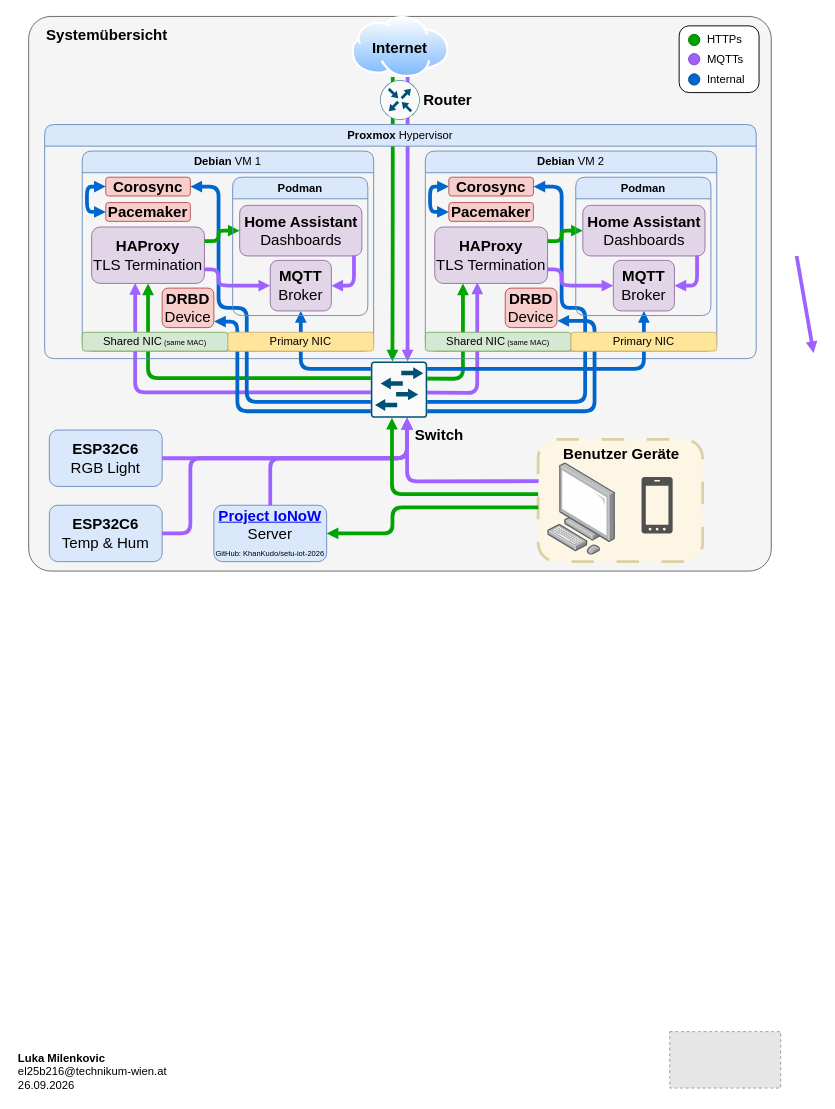
The draw.io diagram expose/expose.drawio in KhanKudo/bachelorarbeit, before the edit. Source tidied: cells renumbered, new cells numbered last; positions are measured from the earlier drawing's top-left corner, leaving out a move shared by most shapes. Both pictures are drawn from the tidied source at 94%, with x=0, y=0 at pixel (16, 16). Pictures stored in the file or linked from it are replaced by grey dashed boxes.
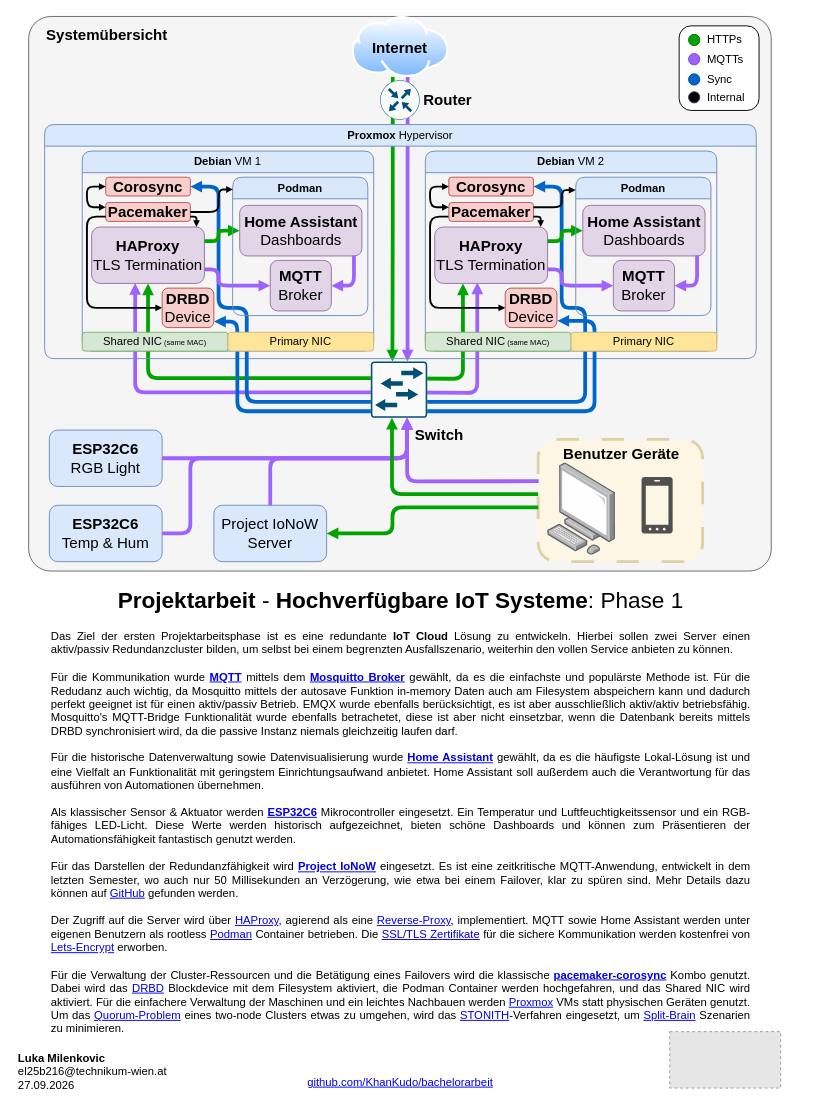
After the change.

Commit message (it also covers changes not shown here):
expose - text

Unchanged cells that the change refers to:
```xml
<mxCell id="10" value="Proxmox&lt;span style=&quot;font-weight: normal;&quot;&gt; Hypervisor&lt;/span&gt;" style="swimlane;whiteSpace=wrap;html=1;fillColor=#dae8fc;strokeColor=#6c8ebf;rounded=1;" parent="1" vertex="1">
  <mxGeometry x="30" y="115" width="757" height="249" as="geometry" />
</mxCell>
<mxCell id="14" value="&lt;div&gt;Debian &lt;span style=&quot;font-weight: normal;&quot;&gt;VM 2&lt;/span&gt;&lt;/div&gt;" style="swimlane;whiteSpace=wrap;html=1;fillColor=#dae8fc;strokeColor=#6c8ebf;rounded=1;" parent="10" vertex="1">
  <mxGeometry x="405" y="28.2" width="310" height="212.8" as="geometry" />
</mxCell>
<mxCell id="15" value="&lt;div&gt;HAProxy&lt;/div&gt;&lt;div&gt;&lt;span style=&quot;font-weight: normal;&quot;&gt;TLS Termination&lt;/span&gt;&lt;/div&gt;" style="rounded=1;whiteSpace=wrap;html=1;fillColor=#e1d5e7;fontSize=16;fontStyle=1;strokeColor=#9673a6;" parent="14" vertex="1">
  <mxGeometry x="10" y="80.8" width="120" height="60" as="geometry" />
</mxCell>
<mxCell id="20" value="Podman" style="swimlane;whiteSpace=wrap;html=1;fillColor=#dae8fc;strokeColor=#6c8ebf;rounded=1;" parent="14" vertex="1">
  <mxGeometry x="160" y="27.8" width="143.8" height="147.2" as="geometry" />
</mxCell>
<mxCell id="23" value="&lt;span&gt;MQTT&lt;br&gt;&lt;span style=&quot;font-weight: normal;&quot;&gt;Broker&lt;/span&gt;&lt;/span&gt;" style="rounded=1;whiteSpace=wrap;html=1;fillColor=#e1d5e7;fontSize=16;fontStyle=1;strokeColor=#9673a6;" parent="20" vertex="1">
  <mxGeometry x="40" y="88.5" width="65" height="53.8" as="geometry" />
</mxCell>
<mxCell id="25" value="DRBD&lt;br&gt;&lt;span style=&quot;font-weight: normal;&quot;&gt;Device&lt;/span&gt;" style="rounded=1;whiteSpace=wrap;html=1;fillColor=#f8cecc;fontSize=16;fontStyle=1;strokeColor=#b85450;" parent="14" vertex="1">
  <mxGeometry x="85" y="145.8" width="55" height="42" as="geometry" />
</mxCell>
<mxCell id="26" value="Pacemaker" style="rounded=1;whiteSpace=wrap;html=1;fillColor=#f8cecc;fontSize=16;fontStyle=1;strokeColor=#b85450;" parent="14" vertex="1">
  <mxGeometry x="25" y="54.8" width="90" height="20" as="geometry" />
</mxCell>
<mxCell id="27" value="Corosync" style="rounded=1;whiteSpace=wrap;html=1;fillColor=#f8cecc;fontSize=16;fontStyle=1;strokeColor=#b85450;" parent="14" vertex="1">
  <mxGeometry x="25" y="27.8" width="90" height="20" as="geometry" />
</mxCell>
<mxCell id="29" value="&lt;div&gt;Debian &lt;span style=&quot;font-weight: normal;&quot;&gt;VM 1&lt;/span&gt;&lt;/div&gt;" style="swimlane;whiteSpace=wrap;html=1;fillColor=#dae8fc;strokeColor=#6c8ebf;rounded=1;" parent="10" vertex="1">
  <mxGeometry x="40" y="28.2" width="310" height="212.8" as="geometry" />
</mxCell>
<mxCell id="30" value="&lt;div&gt;HAProxy&lt;/div&gt;&lt;div&gt;&lt;span style=&quot;font-weight: normal;&quot;&gt;TLS Termination&lt;/span&gt;&lt;/div&gt;" style="rounded=1;whiteSpace=wrap;html=1;fillColor=#e1d5e7;fontSize=16;fontStyle=1;strokeColor=#9673a6;" parent="29" vertex="1">
  <mxGeometry x="10" y="80.8" width="120" height="60" as="geometry" />
</mxCell>
<mxCell id="35" value="Podman" style="swimlane;whiteSpace=wrap;html=1;fillColor=#dae8fc;strokeColor=#6c8ebf;rounded=1;" parent="29" vertex="1">
  <mxGeometry x="160" y="27.8" width="143.8" height="147.2" as="geometry" />
</mxCell>
<mxCell id="37" value="&lt;span&gt;MQTT&lt;br&gt;&lt;span style=&quot;font-weight: normal;&quot;&gt;Broker&lt;/span&gt;&lt;/span&gt;" style="rounded=1;whiteSpace=wrap;html=1;fillColor=#e1d5e7;fontSize=16;fontStyle=1;strokeColor=#9673a6;" parent="35" vertex="1">
  <mxGeometry x="40" y="88.5" width="65" height="53.8" as="geometry" />
</mxCell>
<mxCell id="39" value="DRBD&lt;br&gt;&lt;span style=&quot;font-weight: normal;&quot;&gt;Device&lt;/span&gt;" style="rounded=1;whiteSpace=wrap;html=1;fillColor=#f8cecc;fontSize=16;fontStyle=1;strokeColor=#b85450;" parent="29" vertex="1">
  <mxGeometry x="85" y="145.8" width="55" height="42" as="geometry" />
</mxCell>
<mxCell id="40" value="Pacemaker" style="rounded=1;whiteSpace=wrap;html=1;fillColor=#f8cecc;fontSize=16;fontStyle=1;strokeColor=#b85450;" parent="29" vertex="1">
  <mxGeometry x="25" y="54.8" width="90" height="20" as="geometry" />
</mxCell>
<mxCell id="41" value="Corosync" style="rounded=1;whiteSpace=wrap;html=1;fillColor=#f8cecc;fontSize=16;fontStyle=1;strokeColor=#b85450;" parent="29" vertex="1">
  <mxGeometry x="25" y="27.8" width="90" height="20" as="geometry" />
</mxCell>
```

What changed in the source:
```diff
@@
-    <mxCell id="11" style="endArrow=block;html=1;rounded=1;strokeWidth=4;strokeColor=#0066CC;endFill=1;entryX=0.5;entryY=1;entryDx=0;entryDy=0;startSize=2;endSize=2;startArrow=block;startFill=1;edgeStyle=orthogonalEdgeStyle;exitX=0.5;exitY=1;exitDx=0;exitDy=0;" parent="10" edge="1" source="23" target="37">
-      <mxGeometry relative="1" as="geometry">
-        <Array as="points">
-          <mxPoint x="637.5" y="260" />
-          <mxPoint x="272.5" y="260" />
-        </Array>
-      </mxGeometry>
-    </mxCell>
@@
+    <mxCell id="73" style="endArrow=none;html=1;rounded=1;strokeWidth=2;strokeColor=#000000;endFill=0;entryX=0;entryY=0.75;entryDx=0;entryDy=0;startSize=2;endSize=2;startArrow=block;startFill=1;edgeStyle=orthogonalEdgeStyle;exitX=0;exitY=0.5;exitDx=0;exitDy=0;" parent="14" edge="1" source="25" target="26">
+      <mxGeometry relative="1" as="geometry">
+        <Array as="points">
+          <mxPoint x="5" y="166.8" />
+          <mxPoint x="5" y="69.8" />
+        </Array>
+      </mxGeometry>
+    </mxCell>
@@
-    <mxCell id="21" style="endArrow=block;html=1;rounded=1;strokeWidth=4;strokeColor=#9F61FF;endFill=1;entryX=0.5;entryY=0;entryDx=0;entryDy=0;exitX=0.5;exitY=1;exitDx=0;exitDy=0;startArrow=none;startFill=0;startSize=2;endSize=2;" parent="20" edge="1">
-      <mxGeometry relative="1" as="geometry">
-        <mxPoint x="235" y="83.8" as="sourcePoint" />
-        <mxPoint x="253" y="187" as="targetPoint" />
-      </mxGeometry>
-    </mxCell>
@@
-    <mxCell id="28" style="endArrow=block;html=1;rounded=1;strokeWidth=4;strokeColor=#0066CC;endFill=1;entryX=0;entryY=0.5;entryDx=0;entryDy=0;startSize=2;endSize=2;startArrow=block;startFill=1;edgeStyle=orthogonalEdgeStyle;exitX=0;exitY=0.5;exitDx=0;exitDy=0;" parent="14" edge="1" source="26" target="27">
+    <mxCell id="28" style="endArrow=block;html=1;rounded=1;strokeWidth=2;strokeColor=#000000;endFill=1;entryX=0;entryY=0.5;entryDx=0;entryDy=0;startSize=2;endSize=2;startArrow=block;startFill=1;edgeStyle=orthogonalEdgeStyle;exitX=0;exitY=0.25;exitDx=0;exitDy=0;" parent="14" edge="1" source="26" target="27">
       <mxGeometry relative="1" as="geometry">
         <Array as="points">
-          <mxPoint x="5" y="64.8" />
+          <mxPoint x="5" y="59.8" />
           <mxPoint x="5" y="37.8" />
         </Array>
       </mxGeometry>
     </mxCell>
+    <mxCell id="74" style="endArrow=none;html=1;rounded=1;strokeWidth=2;strokeColor=#000000;endFill=0;entryX=1;entryY=0.25;entryDx=0;entryDy=0;startSize=2;endSize=2;startArrow=block;startFill=1;edgeStyle=orthogonalEdgeStyle;exitX=-0.001;exitY=0.093;exitDx=0;exitDy=0;exitPerimeter=0;" parent="14" edge="1" source="20" target="26">
+      <mxGeometry relative="1" as="geometry">
+        <Array as="points">
+          <mxPoint x="145" y="41.5" />
+          <mxPoint x="145" y="59.8" />
+        </Array>
+      </mxGeometry>
+    </mxCell>
+    <mxCell id="75" style="endArrow=none;html=1;rounded=1;strokeWidth=2;strokeColor=#000000;endFill=0;entryX=1;entryY=0.75;entryDx=0;entryDy=0;startSize=2;endSize=2;startArrow=block;startFill=1;edgeStyle=orthogonalEdgeStyle;exitX=0.939;exitY=0;exitDx=0;exitDy=0;exitPerimeter=0;" parent="14" edge="1" source="15" target="26">
+      <mxGeometry relative="1" as="geometry">
+        <Array as="points">
+          <mxPoint x="122.7" y="69.8" />
+        </Array>
+      </mxGeometry>
+    </mxCell>
@@
+    <mxCell id="76" style="endArrow=none;html=1;rounded=1;strokeWidth=2;strokeColor=#000000;endFill=0;entryX=0;entryY=0.75;entryDx=0;entryDy=0;startSize=2;endSize=2;startArrow=block;startFill=1;edgeStyle=orthogonalEdgeStyle;exitX=0;exitY=0.5;exitDx=0;exitDy=0;" parent="29" edge="1" source="39" target="40">
+      <mxGeometry relative="1" as="geometry">
+        <Array as="points">
+          <mxPoint x="5" y="166.8" />
+          <mxPoint x="5" y="69.8" />
+        </Array>
+      </mxGeometry>
+    </mxCell>
-    <mxCell id="42" style="endArrow=block;html=1;rounded=1;strokeWidth=4;strokeColor=#0066CC;endFill=1;entryX=0;entryY=0.5;entryDx=0;entryDy=0;startSize=2;endSize=2;startArrow=block;startFill=1;edgeStyle=orthogonalEdgeStyle;exitX=0;exitY=0.5;exitDx=0;exitDy=0;" parent="29" edge="1" source="40" target="41">
+    <mxCell id="42" style="endArrow=block;html=1;rounded=1;strokeWidth=2;strokeColor=#000000;endFill=1;entryX=0;entryY=0.5;entryDx=0;entryDy=0;startSize=2;endSize=2;startArrow=block;startFill=1;edgeStyle=orthogonalEdgeStyle;exitX=0;exitY=0.25;exitDx=0;exitDy=0;" parent="29" edge="1" source="40" target="41">
       <mxGeometry relative="1" as="geometry">
         <Array as="points">
-          <mxPoint x="5" y="64.8" />
+          <mxPoint x="5" y="59.8" />
           <mxPoint x="5" y="37.8" />
         </Array>
       </mxGeometry>
     </mxCell>
+    <mxCell id="77" style="endArrow=none;html=1;rounded=1;strokeWidth=2;strokeColor=#000000;endFill=0;entryX=1;entryY=0.5;entryDx=0;entryDy=0;startSize=2;endSize=2;startArrow=block;startFill=1;edgeStyle=orthogonalEdgeStyle;exitX=0.002;exitY=0.089;exitDx=0;exitDy=0;exitPerimeter=0;" parent="29" edge="1" source="35" target="40">
+      <mxGeometry relative="1" as="geometry">
+        <Array as="points">
+          <mxPoint x="145" y="40.9" />
+          <mxPoint x="145" y="64.8" />
+        </Array>
+      </mxGeometry>
+    </mxCell>
+    <mxCell id="78" style="endArrow=none;html=1;rounded=1;strokeWidth=2;strokeColor=#000000;endFill=0;entryX=1;entryY=0.75;entryDx=0;entryDy=0;startSize=2;endSize=2;startArrow=block;startFill=1;edgeStyle=orthogonalEdgeStyle;exitX=0.929;exitY=0;exitDx=0;exitDy=0;exitPerimeter=0;" parent="29" edge="1" source="30" target="40">
+      <mxGeometry relative="1" as="geometry">
+        <Array as="points">
+          <mxPoint x="121.5" y="69.8" />
+        </Array>
+      </mxGeometry>
+    </mxCell>
     <mxCell id="43" style="rounded=1;whiteSpace=wrap;html=1;" parent="1" vertex="1">
-      <mxGeometry x="705" y="10" width="85" height="71" as="geometry" />
+      <mxGeometry x="705" y="10" width="85" height="90" as="geometry" />
     </mxCell>
@@
-    <mxCell id="49" value="&lt;div&gt;Internal&lt;/div&gt;" style="text;html=1;whiteSpace=wrap;strokeColor=none;fillColor=none;align=left;verticalAlign=middle;rounded=1;fontStyle=0;" parent="1" vertex="1">
-      <mxGeometry x="733" y="61" width="45" height="12" as="geometry" />
+    <mxCell id="49" value="Sync" style="text;html=1;whiteSpace=wrap;strokeColor=none;fillColor=none;align=left;verticalAlign=middle;rounded=1;fontStyle=0;" parent="1" vertex="1">
+      <mxGeometry x="733" y="61" width="54" height="12" as="geometry" />
     </mxCell>
@@
-    <mxCell id="57" value="&lt;a href=&quot;https://github.com/KhanKudo/setu-iot-2026&quot;&gt;Project IoNoW&lt;/a&gt;&lt;div&gt;&lt;span style=&quot;font-weight: normal;&quot;&gt;Server&lt;font style=&quot;font-size: 11px;&quot;&gt;&lt;br&gt;&lt;/font&gt;&lt;font style=&quot;font-size: 8px;&quot;&gt;GitHub: KhanKudo/setu-iot-2026&lt;/font&gt;&lt;/span&gt;&lt;/div&gt;" style="rounded=1;whiteSpace=wrap;html=1;fillColor=#dae8fc;fontSize=16;fontStyle=1;strokeColor=#6c8ebf;" parent="1" vertex="1">
+    <mxCell id="57" value="&lt;span style=&quot;font-weight: normal;&quot;&gt;Project IoNoW&lt;/span&gt;&lt;div&gt;&lt;span style=&quot;font-weight: normal;&quot;&gt;Server&lt;/span&gt;&lt;/div&gt;" style="rounded=1;whiteSpace=wrap;html=1;fillColor=#dae8fc;fontSize=16;fontStyle=1;strokeColor=#6c8ebf;" parent="1" vertex="1">
       <mxGeometry x="210" y="520" width="120" height="60" as="geometry" />
     </mxCell>
@@
-    <mxCell id="71" value="&lt;div&gt;&lt;b&gt;Luka Milenkovic&lt;/b&gt;&lt;br&gt;el25b216@technikum-wien.at&lt;/div&gt;26.09.2026" style="text;html=1;whiteSpace=wrap;strokeColor=none;fillColor=none;align=left;verticalAlign=middle;rounded=0;" parent="1" vertex="1">
+    <mxCell id="71" value="&lt;div&gt;&lt;b&gt;Luka Milenkovic&lt;/b&gt;&lt;br&gt;el25b216@technikum-wien.at&lt;/div&gt;27.09.2026" style="text;html=1;whiteSpace=wrap;strokeColor=none;fillColor=none;align=left;verticalAlign=middle;rounded=0;" parent="1" vertex="1">
       <mxGeometry y="1100" width="270" height="45" as="geometry" />
     </mxCell>
@@
+    <mxCell id="79" value="&lt;h1 align=&quot;center&quot;&gt;Projektarbeit &lt;span style=&quot;font-weight: normal;&quot;&gt;- &lt;/span&gt;Hochverfügbare IoT Systeme&lt;span style=&quot;font-weight: normal;&quot;&gt;:&lt;/span&gt; &lt;span style=&quot;font-weight: normal;&quot;&gt;Phase 1&lt;/span&gt;&lt;/h1&gt;&lt;div align=&quot;justify&quot;&gt;Das Ziel der ersten Projektarbeitsphase ist es eine redundante &lt;b&gt;IoT Cloud&lt;/b&gt;&amp;nbsp;Lösung zu entwickeln. Hierbei sollen zwei Server einen aktiv/passiv&amp;nbsp;Redundanzcluster bilden, um selbst bei einem begrenzten Ausfallszenario, weiterhin den vollen Service anbieten zu können.&lt;/div&gt;&lt;div align=&quot;justify&quot;&gt;&lt;br&gt;&lt;/div&gt;&lt;div align=&quot;justify&quot;&gt;Für die Kommunikation wurde &lt;a href=&quot;https://mqtt.org/&quot;&gt;&lt;b&gt;MQTT&lt;/b&gt;&lt;/a&gt; mittels dem &lt;a href=&quot;https://mosquitto.org/&quot;&gt;&lt;b&gt;Mosquitto Broker&lt;/b&gt;&lt;/a&gt; gewählt, da es die einfachste und populärste Methode ist. Für die Redudanz auch wichtig, da Mosquitto mittels der autosave Funktion in-memory Daten auch am Filesystem abspeichern kann und dadurch perfekt geeignet ist für einen aktiv/passiv Betrieb. EMQX wurde ebenfalls berücksichtigt, es ist aber ausschließlich aktiv/aktiv betriebsfähig. Mosquitto's MQTT-Bridge Funktionalität wurde ebenfalls betrachetet, diese ist aber nicht einsetzbar, wenn die Datenbank bereits mittels DRBD synchronisiert wird, da die passive Instanz niemals gleichzeitig laufen darf.&lt;/div&gt;&lt;div align=&quot;justify&quot;&gt;&lt;br&gt;&lt;/div&gt;&lt;div align=&quot;justify&quot;&gt;Für die historische Datenverwaltung sowie Datenvisualisierung wurde &lt;b&gt;&lt;a href=&quot;https://www.home-assistant.io/&quot;&gt;Home Assistant&lt;/a&gt;&lt;/b&gt;&amp;nbsp;gewählt, da es die häufigste Lokal-Lösung ist und eine Vielfalt an Funktionalität mit geringstem Einrichtungsaufwand anbietet. Home Assistant soll außerdem auch die Verantwortung für das ausführen von Automationen übernehmen.&lt;/div&gt;&lt;div align=&quot;justify&quot;&gt;&lt;br&gt;&lt;/div&gt;&lt;div align=&quot;justify&quot;&gt;Als klassischer Sensor &amp;amp; Aktuator werden &lt;a href=&quot;https://www.seeedstudio.com/Seeed-Studio-XIAO-ESP32C6-p-5884.html&quot;&gt;&lt;b&gt;ESP32C6&lt;/b&gt;&lt;/a&gt; Mikrocontroller eingesetzt. Ein Temperatur und Luftfeuchtigkeitssensor und ein RGB-fähiges LED-Licht. Diese Werte werden historisch aufgezeichnet, bieten schöne Dashboards und können zum Präsentieren der Automationsfähigkeit fantastisch genutzt werden.&lt;br&gt;&lt;br&gt;Für das Darstellen der Redundanzfähigkeit wird &lt;b&gt;&lt;a href=&quot;https://github.com/KhanKudo/setu-iot-2026&quot;&gt;Project IoNoW&lt;/a&gt;&lt;/b&gt; eingesetzt. Es ist eine zeitkritische MQTT-Anwendung, entwickelt in dem letzten Semester, wo auch nur 50 Millisekunden an Verzögerung, wie etwa bei einem Failover, klar zu spüren sind. Mehr Details dazu können auf &lt;a href=&quot;https://github.com/KhanKudo/setu-iot-2026&quot;&gt;GitHub&lt;/a&gt; gefunden werden.&lt;/div&gt;&lt;div align=&quot;justify&quot;&gt;&lt;br&gt;&lt;/div&gt;&lt;div align=&quot;justify&quot;&gt;Der Zugriff auf die Server wird über &lt;a href=&quot;https://www.haproxy.com/documentation/haproxy-configuration-manual/latest/intro/#3&quot;&gt;HAProxy&lt;/a&gt;, agierend als eine &lt;a href=&quot;https://en.wikipedia.org/wiki/Reverse_proxy&quot;&gt;Reverse-Proxy&lt;/a&gt;, implementiert. MQTT sowie Home Assistant werden unter eigenen Benutzern als rootless &lt;a href=&quot;https://podman.io/&quot;&gt;Podman&lt;/a&gt; Container betrieben. Die &lt;a href=&quot;https://www.digicert.com/what-is-an-ssl-certificate&quot;&gt;SSL/TLS Zertifikate&lt;/a&gt; für die sichere Kommunikation werden kostenfrei von &lt;a href=&quot;https://letsencrypt.org/&quot;&gt;Lets-Encrypt&lt;/a&gt; erworben.&lt;/div&gt;&lt;div align=&quot;justify&quot;&gt;&lt;br&gt;&lt;/div&gt;&lt;div align=&quot;justify&quot;&gt;Für die Verwaltung der Cluster-Ressourcen und die Betätigung eines Failovers wird die klassische &lt;a href=&quot;https://techadminblog.com/pacemaker-corosync-cluster-overview/&quot;&gt;&lt;b&gt;pacemaker-corosync&lt;/b&gt;&lt;/a&gt; Kombo genutzt. Dabei wird das &lt;a href=&quot;https://en.wikipedia.org/wiki/DRBD&quot;&gt;DRBD&lt;/a&gt; Blockdevice mit dem Filesystem aktiviert, die Podman&amp;nbsp;Container werden hochgefahren, und das Shared NIC wird aktiviert. Für die einfachere Verwaltung der Maschinen und ein leichtes Nachbauen werden &lt;a href=&quot;https://www.proxmox.com/en/products/proxmox-virtual-environment/features&quot;&gt;Proxmox&lt;/a&gt; VMs statt physischen Geräten genutzt. Um das &lt;a href=&quot;https://www.alteeve.com/w/The_2-Node_Myth&quot;&gt;Quorum-Problem&lt;/a&gt; eines two-node Clusters etwas zu umgehen, wird das&amp;nbsp;&lt;a href=&quot;https://documentation.suse.com/sle-ha/12-SP5/html/SLE-HA-all/cha-ha-fencing.html&quot;&gt;STONITH&lt;/a&gt;-Verfahren eingesetzt, um &lt;a href=&quot;https://www.45drives.com/community/articles/what-is-split-brain/&quot;&gt;Split-Brain&lt;/a&gt; Szenarien zu minimieren.&lt;/div&gt;" style="text;html=1;whiteSpace=wrap;overflow=hidden;rounded=0;" parent="1" vertex="1">
+      <mxGeometry x="35" y="585" width="746" height="500" as="geometry" />
+    </mxCell>
+    <mxCell id="80" style="ellipse;whiteSpace=wrap;html=1;shapeInside=1;fillColor=#000408;strokeColor=#404040;rounded=1;" parent="1" vertex="1">
+      <mxGeometry x="715" y="80" width="12" height="12" as="geometry" />
+    </mxCell>
+    <mxCell id="81" value="&lt;div&gt;Internal&lt;/div&gt;" style="text;html=1;whiteSpace=wrap;strokeColor=none;fillColor=none;align=left;verticalAlign=middle;rounded=1;fontStyle=0;" parent="1" vertex="1">
+      <mxGeometry x="733" y="80" width="45" height="12" as="geometry" />
+    </mxCell>
+    <mxCell id="82" value="&lt;a href=&quot;https://github.com/KhanKudo/bachelorarbeit&quot;&gt;github.com/KhanKudo/bachelorarbeit&lt;/a&gt;" style="text;html=1;whiteSpace=wrap;strokeColor=none;fillColor=none;align=center;verticalAlign=middle;rounded=0;" parent="1" vertex="1">
+      <mxGeometry x="305" y="1122.5" width="207" height="22.5" as="geometry" />
+    </mxCell>
```
